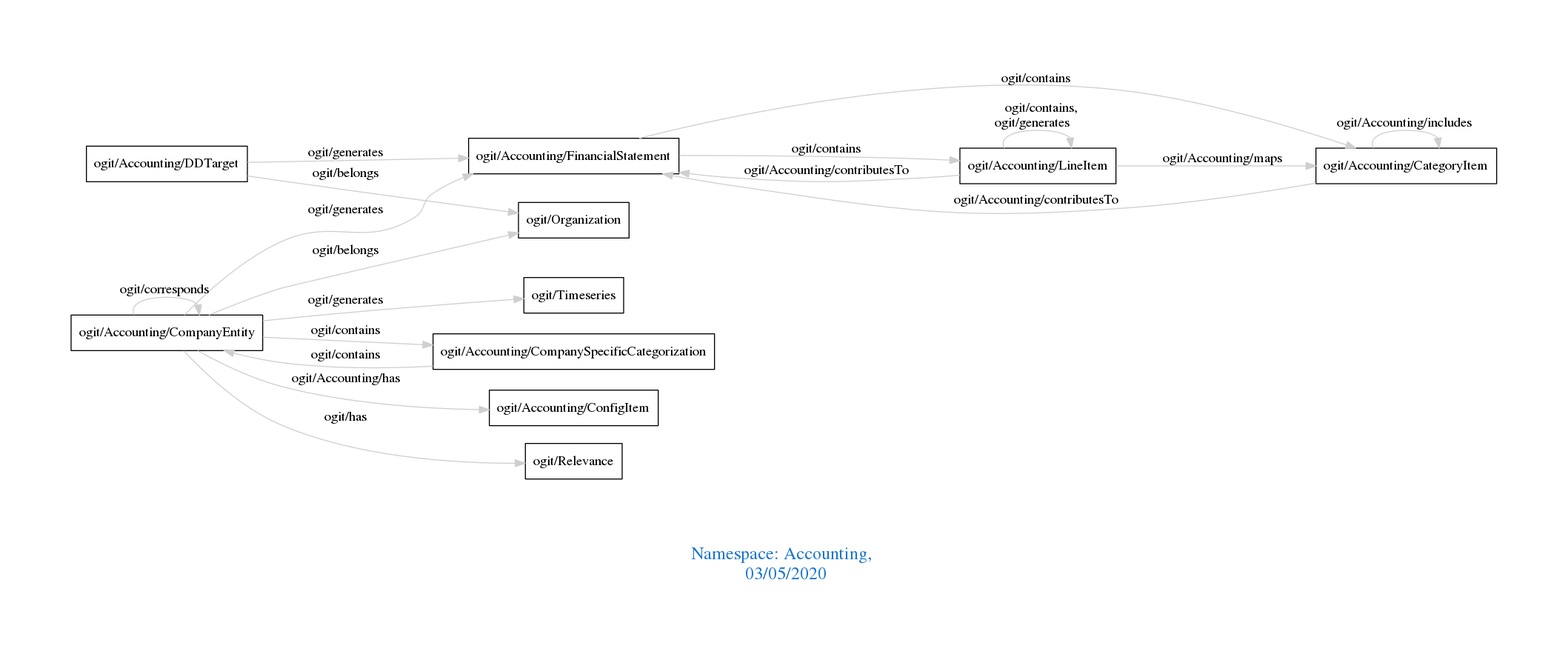
The Graphviz diagram downloads/Accounting.png in arago/OGIT, before a commit. Its source is kept beside it as downloads/Accounting.dot.
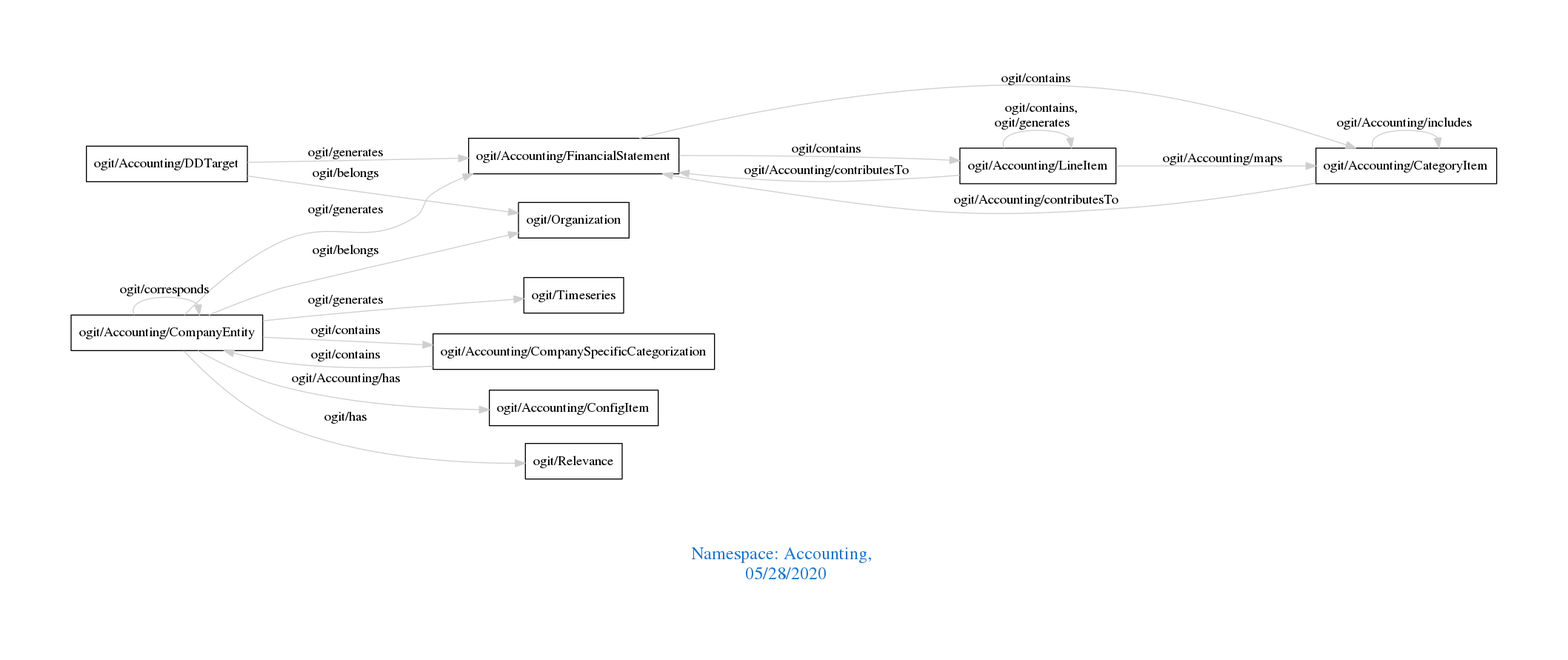
Later version of the same file.

Change to the diagram source:
```diff
@@ -1,7 +1,7 @@
 digraph OGIT_ontology {
  graph [ rankdir= LR,pad=1
 fontsize = 18,
-fontcolor= dodgerblue3,label = "\n\n\nNamespace: Accounting, \n 03/05/2020"];
+fontcolor= dodgerblue3,label = "\n\n\nNamespace: Accounting, \n 05/28/2020"];
 node[shape=polygon];
 edge [  color="gray81"];
 
```
